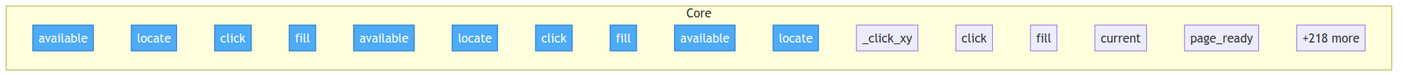
Before: project/flow.png, a diagram exported from Mermaid (if-uri/urirun-connector-kvm). Its source is kept beside it as project/flow.mmd.
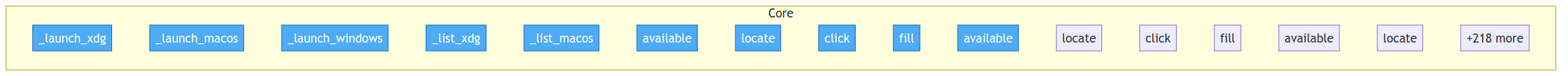
Above is the later version.

Diff of the diagram source:
```diff
@@ -3,6 +3,11 @@
     classDef entry fill:#4dabf7,stroke:#1971c2,color:#fff
 
     subgraph Core
+        urirun_connector_kvm__launch_backends___launch_xdg["_launch_xdg"]
+        urirun_connector_kvm__launch_backends___launch_macos["_launch_macos"]
+        urirun_connector_kvm__launch_backends___launch_windows["_launch_windows"]
+        urirun_connector_kvm__launch_backends___list_xdg["_list_xdg"]
+        urirun_connector_kvm__launch_backends___list_macos["_list_macos"]
         urirun_connector_kvm__strategies__CdpStrategy__available["available"]
         urirun_connector_kvm__strategies__CdpStrategy__locate["locate"]
         urirun_connector_kvm__strategies__CdpStrategy__click["click"]
@@ -13,12 +18,7 @@
         urirun_connector_kvm__strategies__AtspiStrategy__fill["fill"]
         urirun_connector_kvm__strategies__VisionStrategy__available["available"]
         urirun_connector_kvm__strategies__VisionStrategy__locate["locate"]
-        urirun_connector_kvm__strategies__VisionStrategy___click_xy["_click_xy"]
-        urirun_connector_kvm__strategies__VisionStrategy__click["click"]
-        urirun_connector_kvm__strategies__VisionStrategy__fill["fill"]
-        urirun_connector_kvm__surface__current["current"]
-        urirun_connector_kvm__cdp__page_ready["page_ready"]
         ...["+218 more"]
     end
 
-    class urirun_connector_kvm__strategies__CdpStrategy__available,urirun_connector_kvm__strategies__CdpStrategy__locate,urirun_connector_kvm__strategies__CdpStrategy__click,urirun_connector_kvm__strategies__CdpStrategy__fill,urirun_connector_kvm__strategies__AtspiStrategy__available,urirun_connector_kvm__strategies__AtspiStrategy__locate,urirun_connector_kvm__strategies__AtspiStrategy__click,urirun_connector_kvm__strategies__AtspiStrategy__fill,urirun_connector_kvm__strategies__VisionStrategy__available,urirun_connector_kvm__strategies__VisionStrategy__locate entry
+    class urirun_connector_kvm__launch_backends___launch_xdg,urirun_connector_kvm__launch_backends___launch_macos,urirun_connector_kvm__launch_backends___launch_windows,urirun_connector_kvm__launch_backends___list_xdg,urirun_connector_kvm__launch_backends___list_macos,urirun_connector_kvm__strategies__CdpStrategy__available,urirun_connector_kvm__strategies__CdpStrategy__locate,urirun_connector_kvm__strategies__CdpStrategy__click,urirun_connector_kvm__strategies__CdpStrategy__fill,urirun_connector_kvm__strategies__AtspiStrategy__available entry
```
